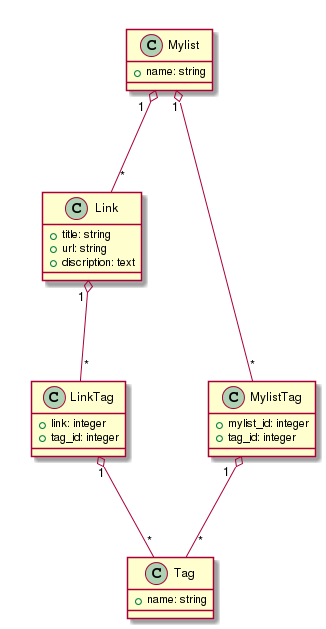
This is model/table.png from gitter-badger/easy-linkst, a PlantUML export, as it was before one commit. The source it was exported from:
```plantuml
@startuml{table.png}

class Mylist {
  +name: string
}

class Link {
  +title: string
  +url: string
  +discription: text
}

class Tag {
  +name: string
}

class MylistTag {
  +mylist_id: integer
  +tag_id: integer
}

class LinkTag {
  +link: integer
  +tag_id: integer
}

Mylist "1" o-- "*" Link
Mylist "1" o-- "*" MylistTag
MylistTag "1" o-- "*" Tag
Link "1" o-- "*" LinkTag
LinkTag "1" o-- "*" Tag

@enduml
```
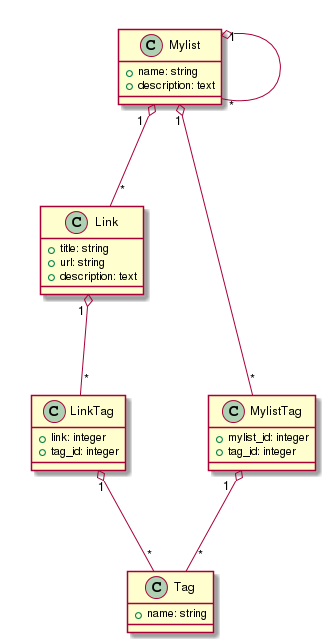
Later version of the same file.

Commit message:
(model/table) 画像生成

The edit, as a diff of the source:
```diff
@@ -2,12 +2,13 @@
 
 class Mylist {
   +name: string
+  +description: text
 }
 
 class Link {
   +title: string
   +url: string
-  +discription: text
+  +description: text
 }
 
 class Tag {
@@ -24,6 +25,7 @@
   +tag_id: integer
 }
 
+Mylist "1" o-- "*" Mylist
 Mylist "1" o-- "*" Link
 Mylist "1" o-- "*" MylistTag
 MylistTag "1" o-- "*" Tag
```
